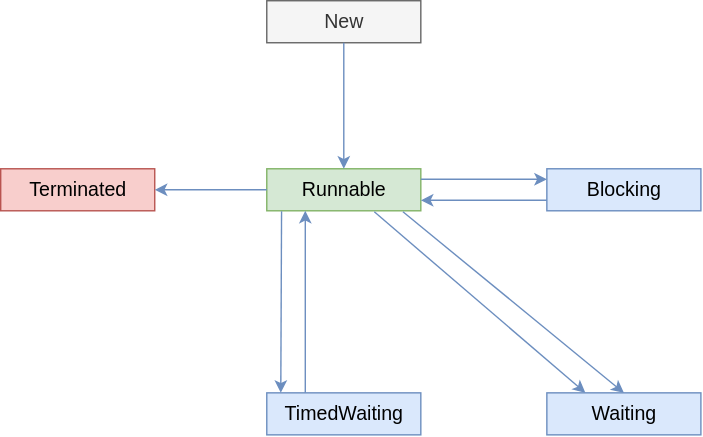
The draw.io diagram java/java-core/Многопоточность/img/java-thread-states-diagram.drawio.svg in johnydotsville/a-notes, before a commit. Source tidied: cells renumbered, new cells last; positions are measured from the earlier drawing's top-left corner, leaving out a move shared by most shapes. The source it was exported from:
```xml
<mxGraphModel>
  <root>
    <mxCell id="0" />
    <mxCell id="1" parent="0" />
    <mxCell id="2" value="New" style="html=1;fillColor=#f5f5f5;fontColor=#333333;strokeColor=#666666;fontSize=14;" parent="1" vertex="1">
      <mxGeometry x="190" width="110" height="30" as="geometry" />
    </mxCell>
    <mxCell id="3" value="Runnable" style="html=1;fillColor=#d5e8d4;strokeColor=#82b366;fontSize=14;" parent="1" vertex="1">
      <mxGeometry x="190" y="120" width="110" height="30" as="geometry" />
    </mxCell>
    <mxCell id="4" value="Terminated" style="html=1;fillColor=#f8cecc;strokeColor=#b85450;fontSize=14;" parent="1" vertex="1">
      <mxGeometry y="120" width="110" height="30" as="geometry" />
    </mxCell>
    <mxCell id="5" value="Blocking" style="html=1;fillColor=#dae8fc;strokeColor=#6c8ebf;fontSize=14;" parent="1" vertex="1">
      <mxGeometry x="390" y="120" width="110" height="30" as="geometry" />
    </mxCell>
    <mxCell id="6" value="Waiting" style="html=1;fillColor=#dae8fc;strokeColor=#6c8ebf;fontSize=14;" parent="1" vertex="1">
      <mxGeometry x="390" y="280" width="110" height="30" as="geometry" />
    </mxCell>
    <mxCell id="7" value="TimedWaiting" style="html=1;fillColor=#dae8fc;strokeColor=#6c8ebf;fontSize=14;" parent="1" vertex="1">
      <mxGeometry x="190" y="280" width="110" height="30" as="geometry" />
    </mxCell>
    <mxCell id="8" style="endArrow=classic;html=1;rounded=0;fontSize=14;exitX=0.5;exitY=1;exitDx=0;exitDy=0;entryX=0.5;entryY=0;entryDx=0;entryDy=0;strokeWidth=1;fillColor=#dae8fc;strokeColor=#6c8ebf;" parent="1" edge="1" source="2" target="3">
      <mxGeometry relative="1" as="geometry" />
    </mxCell>
    <mxCell id="9" style="endArrow=classic;html=1;rounded=0;fontSize=14;exitX=0;exitY=0.5;exitDx=0;exitDy=0;entryX=1;entryY=0.5;entryDx=0;entryDy=0;strokeWidth=1;fillColor=#dae8fc;strokeColor=#6c8ebf;" parent="1" edge="1" source="3" target="4">
      <mxGeometry relative="1" as="geometry" />
    </mxCell>
    <mxCell id="10" style="endArrow=classic;html=1;rounded=0;fontSize=14;entryX=0;entryY=0.25;entryDx=0;entryDy=0;exitX=1;exitY=0.25;exitDx=0;exitDy=0;strokeWidth=1;fillColor=#dae8fc;strokeColor=#6c8ebf;" parent="1" edge="1" source="3" target="5">
      <mxGeometry relative="1" as="geometry" />
    </mxCell>
    <mxCell id="11" style="endArrow=classic;html=1;rounded=0;fontSize=14;exitX=0;exitY=0.75;exitDx=0;exitDy=0;entryX=1;entryY=0.75;entryDx=0;entryDy=0;strokeWidth=1;fillColor=#dae8fc;strokeColor=#6c8ebf;" parent="1" edge="1" source="5" target="3">
      <mxGeometry relative="1" as="geometry" />
    </mxCell>
    <mxCell id="12" style="endArrow=classic;html=1;rounded=0;fontSize=14;exitX=0.096;exitY=1.008;exitDx=0;exitDy=0;exitPerimeter=0;strokeWidth=1;fillColor=#dae8fc;strokeColor=#6c8ebf;" parent="1" edge="1" source="3">
      <mxGeometry relative="1" as="geometry">
        <mxPoint x="200" y="280" as="targetPoint" />
      </mxGeometry>
    </mxCell>
    <mxCell id="13" style="endArrow=classic;html=1;rounded=0;fontSize=14;exitX=0.25;exitY=0;exitDx=0;exitDy=0;entryX=0.25;entryY=1;entryDx=0;entryDy=0;strokeWidth=1;fillColor=#dae8fc;strokeColor=#6c8ebf;" parent="1" edge="1" source="7" target="3">
      <mxGeometry relative="1" as="geometry" />
    </mxCell>
    <mxCell id="14" style="endArrow=classic;html=1;rounded=0;fontSize=14;exitX=0.698;exitY=1.024;exitDx=0;exitDy=0;entryX=0.25;entryY=0;entryDx=0;entryDy=0;exitPerimeter=0;strokeWidth=1;fillColor=#dae8fc;strokeColor=#6c8ebf;" parent="1" edge="1" source="3" target="6">
      <mxGeometry relative="1" as="geometry" />
    </mxCell>
    <mxCell id="15" style="endArrow=classic;html=1;rounded=0;fontSize=14;entryX=0.5;entryY=0;entryDx=0;entryDy=0;exitX=0.884;exitY=1.024;exitDx=0;exitDy=0;exitPerimeter=0;strokeWidth=1;fillColor=#dae8fc;strokeColor=#6c8ebf;" parent="1" edge="1" source="3" target="6">
      <mxGeometry relative="1" as="geometry" />
    </mxCell>
  </root>
</mxGraphModel>
```
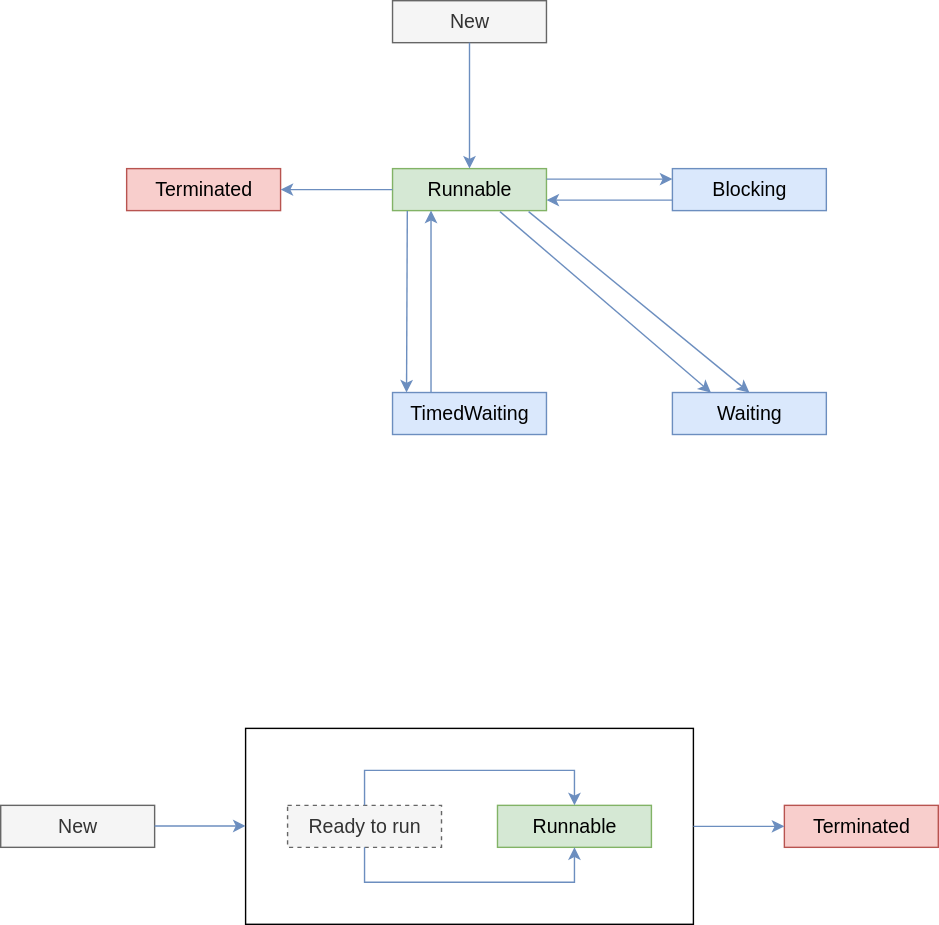
After the commit.

Diff of the diagram source:
```diff
@@ -46,5 +46,45 @@
     <mxCell id="15" style="endArrow=classic;html=1;rounded=0;fontSize=14;entryX=0.5;entryY=0;entryDx=0;entryDy=0;exitX=0.884;exitY=1.024;exitDx=0;exitDy=0;exitPerimeter=0;strokeWidth=1;fillColor=#dae8fc;strokeColor=#6c8ebf;" parent="1" edge="1" source="3" target="6">
       <mxGeometry relative="1" as="geometry" />
     </mxCell>
+    <mxCell id="16" value="New" style="html=1;fillColor=#f5f5f5;fontColor=#333333;strokeColor=#666666;fontSize=14;" parent="1" vertex="1">
+      <mxGeometry x="-90" y="575" width="110" height="30" as="geometry" />
+    </mxCell>
+    <mxCell id="17" style="rounded=0;whiteSpace=wrap;html=1;" parent="1" vertex="1">
+      <mxGeometry x="85" y="520" width="320" height="140" as="geometry" />
+    </mxCell>
+    <mxCell id="18" value="Runnable" style="html=1;fillColor=#d5e8d4;strokeColor=#82b366;fontSize=14;" parent="1" vertex="1">
+      <mxGeometry x="265" y="575" width="110" height="30" as="geometry" />
+    </mxCell>
+    <mxCell id="19" value="Ready&amp;nbsp;to run" style="html=1;fillColor=#f5f5f5;strokeColor=#666666;fontSize=14;dashed=1;fontColor=#333333;" parent="1" vertex="1">
+      <mxGeometry x="115" y="575" width="110" height="30" as="geometry" />
+    </mxCell>
+    <mxCell id="20" style="endArrow=classic;html=1;rounded=0;fontSize=14;exitX=0.5;exitY=0;exitDx=0;exitDy=0;strokeWidth=1;fillColor=#dae8fc;strokeColor=#6c8ebf;entryX=0.5;entryY=0;entryDx=0;entryDy=0;" parent="1" edge="1" source="19" target="18">
+      <mxGeometry relative="1" as="geometry">
+        <Array as="points">
+          <mxPoint x="170" y="550" />
+          <mxPoint x="320" y="550" />
+        </Array>
+      </mxGeometry>
+    </mxCell>
+    <mxCell id="21" style="endArrow=classic;html=1;rounded=0;fontSize=14;exitX=0.5;exitY=1;exitDx=0;exitDy=0;strokeWidth=1;fillColor=#dae8fc;strokeColor=#6c8ebf;entryX=0.5;entryY=1;entryDx=0;entryDy=0;" parent="1" edge="1" source="19" target="18">
+      <mxGeometry relative="1" as="geometry">
+        <Array as="points">
+          <mxPoint x="170" y="630" />
+          <mxPoint x="320" y="630" />
+        </Array>
+      </mxGeometry>
+    </mxCell>
+    <mxCell id="22" value="Terminated" style="html=1;fillColor=#f8cecc;strokeColor=#b85450;fontSize=14;" parent="1" vertex="1">
+      <mxGeometry x="470" y="575" width="110" height="30" as="geometry" />
+    </mxCell>
+    <mxCell id="23" style="endArrow=classic;html=1;rounded=0;fontSize=14;exitX=1;exitY=0.5;exitDx=0;exitDy=0;entryX=0;entryY=0.5;entryDx=0;entryDy=0;strokeWidth=1;fillColor=#dae8fc;strokeColor=#6c8ebf;" parent="1" edge="1" source="17" target="22">
+      <mxGeometry relative="1" as="geometry" />
+    </mxCell>
+    <mxCell id="24" style="endArrow=classic;html=1;rounded=0;fontSize=14;exitX=1;exitY=0.5;exitDx=0;exitDy=0;entryX=0;entryY=0.5;entryDx=0;entryDy=0;strokeWidth=1;fillColor=#dae8fc;strokeColor=#6c8ebf;" parent="1" edge="1">
+      <mxGeometry relative="1" as="geometry">
+        <mxPoint x="20" y="589.7" as="sourcePoint" />
+        <mxPoint x="85" y="589.7" as="targetPoint" />
+      </mxGeometry>
+    </mxCell>
   </root>
 </mxGraphModel>
```
